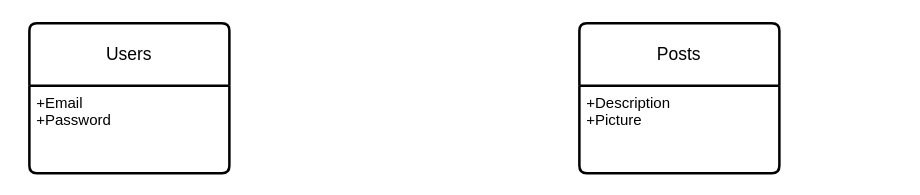
Before: Diagram/Model Conceptuel des Données.drawio in Muking3/Project_API_Twitter, a draw.io diagram. Source tidied: cells renumbered, new cells numbered last; positions are measured from the earlier drawing's top-left corner, leaving out a move shared by most shapes. Both pictures are drawn from the tidied source at 125%, with x=0, y=0 at pixel (29, 22).
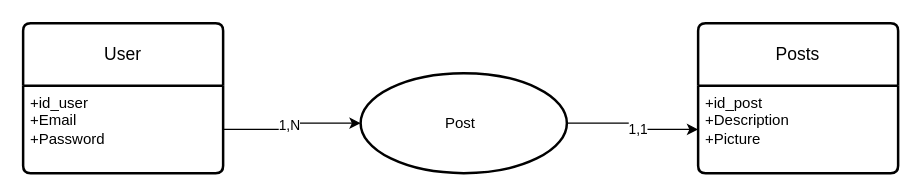
The same page after the edit.

Commit message (it also covers changes not shown here):
Mettre à jour Model Conceptuel des Données.drawio

Diff of the diagram source:
```diff
@@
 <mxGraphModel>
   <root>
     <mxCell id="0" />
     <mxCell id="1" parent="0" />
-    <mxCell id="2" value="Users" style="swimlane;horizontal=1;startSize=50;rounded=1;fontSize=14;fontStyle=0;strokeWidth=2;shadow=0;dashed=0;align=center;arcSize=4;whiteSpace=wrap;html=1;" parent="1" vertex="1">
-      <mxGeometry width="160" height="120" as="geometry" />
+    <mxCell id="2" value="User" style="swimlane;horizontal=1;startSize=50;rounded=1;fontSize=14;fontStyle=0;strokeWidth=2;shadow=0;dashed=0;align=center;arcSize=4;whiteSpace=wrap;html=1;" parent="1" vertex="1">
+      <mxGeometry x="-5" width="160" height="120" as="geometry" />
     </mxCell>
-    <mxCell id="3" value="+Email&lt;br&gt;+Password&lt;br&gt;" style="align=left;strokeColor=none;fillColor=none;spacingLeft=4;fontSize=12;verticalAlign=top;html=1;" parent="2" vertex="1">
+    <mxCell id="3" value="+id_user&lt;br&gt;+Email&lt;br&gt;+Password" style="align=left;strokeColor=none;fillColor=none;spacingLeft=4;fontSize=12;verticalAlign=top;html=1;" parent="2" vertex="1">
       <mxGeometry y="50" width="160" height="70" as="geometry" />
     </mxCell>
     <mxCell id="4" value="Posts" style="swimlane;horizontal=1;startSize=50;rounded=1;fontSize=14;fontStyle=0;strokeWidth=2;shadow=0;dashed=0;align=center;arcSize=4;whiteSpace=wrap;html=1;" parent="1" vertex="1">
-      <mxGeometry x="440" width="160" height="120" as="geometry" />
+      <mxGeometry x="535" width="160" height="120" as="geometry" />
     </mxCell>
-    <mxCell id="5" value="+Description&lt;br&gt;+Picture" style="align=left;strokeColor=none;fillColor=none;spacingLeft=4;fontSize=12;verticalAlign=top;html=1;" parent="4" vertex="1">
+    <mxCell id="5" value="+id_post&lt;br&gt;+Description&lt;br&gt;+Picture" style="align=left;strokeColor=none;fillColor=none;spacingLeft=4;fontSize=12;verticalAlign=top;html=1;" parent="4" vertex="1">
       <mxGeometry y="50" width="160" height="70" as="geometry" />
     </mxCell>
+    <mxCell id="6" style="edgeStyle=orthogonalEdgeStyle;rounded=0;jettySize=auto;html=1;" parent="1" edge="1" source="8" target="5">
+      <mxGeometry relative="1" as="geometry" />
+    </mxCell>
+    <mxCell id="7" value="1,1" style="edgeLabel;html=1;align=center;verticalAlign=middle;" parent="6" vertex="1">
+      <mxGeometry x="0.11" y="1" relative="1" as="geometry" />
+    </mxCell>
+    <mxCell id="8" style="ellipse;whiteSpace=wrap;html=1;fontSize=14;fontStyle=0;startSize=50;rounded=1;strokeWidth=2;shadow=0;dashed=0;arcSize=4;" parent="1" vertex="1">
+      <mxGeometry x="265" y="40" width="165" height="80" as="geometry" />
+    </mxCell>
+    <mxCell id="9" style="edgeStyle=orthogonalEdgeStyle;rounded=0;jettySize=auto;html=1;entryX=0;entryY=0.5;entryDx=0;entryDy=0;" parent="1" edge="1" source="3" target="8">
+      <mxGeometry relative="1" as="geometry" />
+    </mxCell>
+    <mxCell id="10" value="1,N" style="edgeLabel;html=1;align=center;verticalAlign=middle;" parent="9" vertex="1">
+      <mxGeometry x="0.03" y="3" relative="1" as="geometry" />
+    </mxCell>
+    <mxCell id="11" value="Post" style="text;html=1;strokeColor=none;fillColor=none;align=center;verticalAlign=middle;whiteSpace=wrap;rounded=0;" parent="1" vertex="1">
+      <mxGeometry x="315" y="65" width="60" height="30" as="geometry" />
+    </mxCell>
   </root>
 </mxGraphModel>
```
